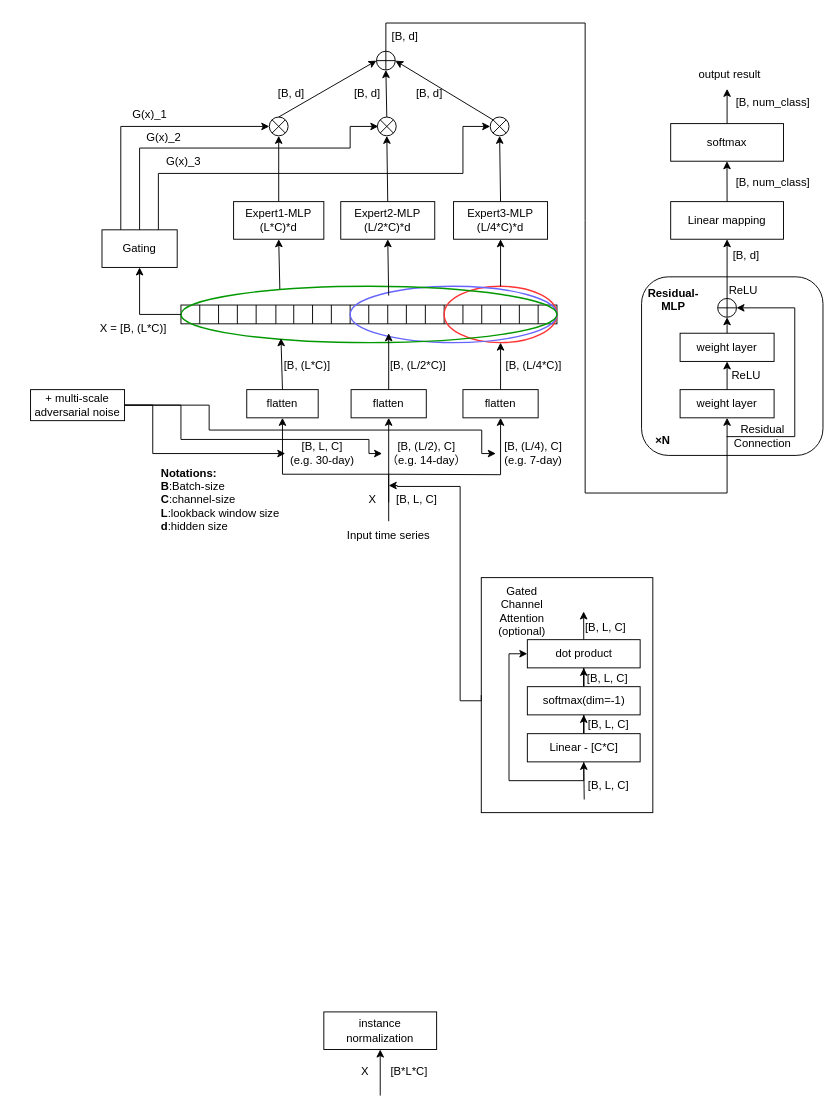
Before: 未命名绘图.drawio in HALF111/Research_figures, a draw.io diagram. Source tidied: cells renumbered, new cells numbered last; positions are measured from the earlier drawing's top-left corner, leaving out a move shared by most shapes. Both pictures are drawn from the tidied source at 94%, with x=0, y=0 at pixel (30, 23).
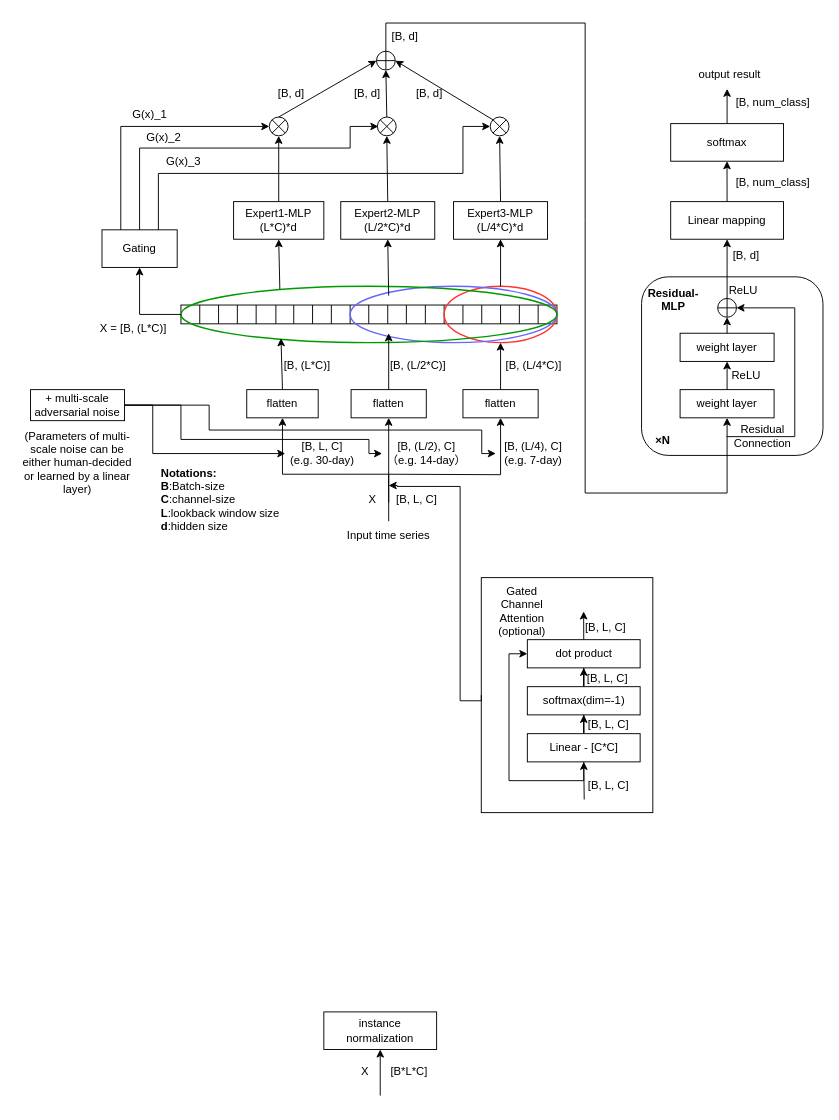
The same page after the edit.

Commit message:
更新未命名绘图.drawio

Diff of the diagram source:
```diff
@@
+    <mxCell id="129" value="(Parameters of multi-scale noise can be either human-decided or learned by a linear layer)" style="text;html=1;strokeColor=none;fillColor=none;align=center;verticalAlign=middle;whiteSpace=wrap;rounded=0;" parent="1" vertex="1">
+      <mxGeometry x="-15" y="453" width="130" height="30" as="geometry" />
+    </mxCell>
```
